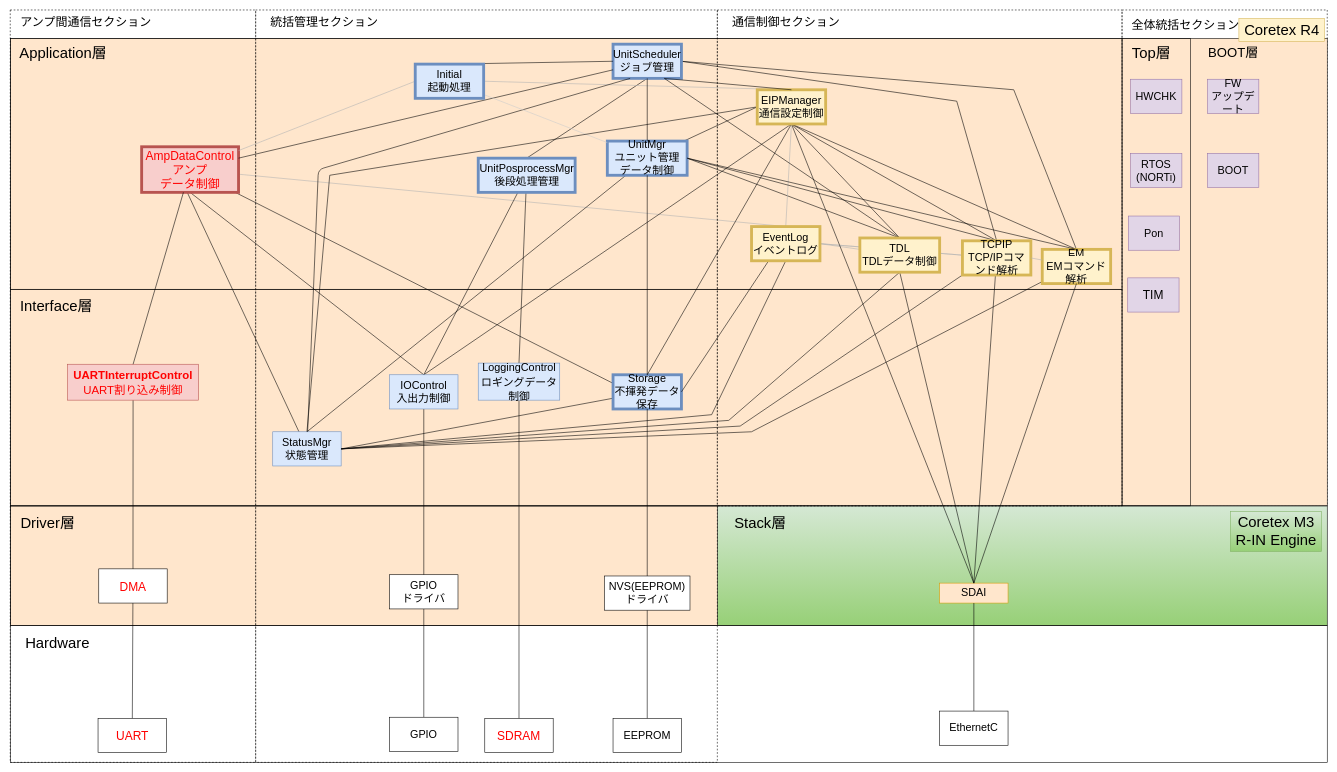
Earlier version of the draw.io diagram page "RevG_NewスマNWU静的構造_完全版" (1 of 4) of NWユニット_アーキテクチャ図.drawio (YutaSuzukiGARI/nwunit). Source tidied: cells renumbered, new cells numbered last; positions are measured from the earlier drawing's top-left corner, leaving out a move shared by most shapes. Both pictures are drawn from the tidied source at 57%, with x=0, y=0 at pixel (10, 10).
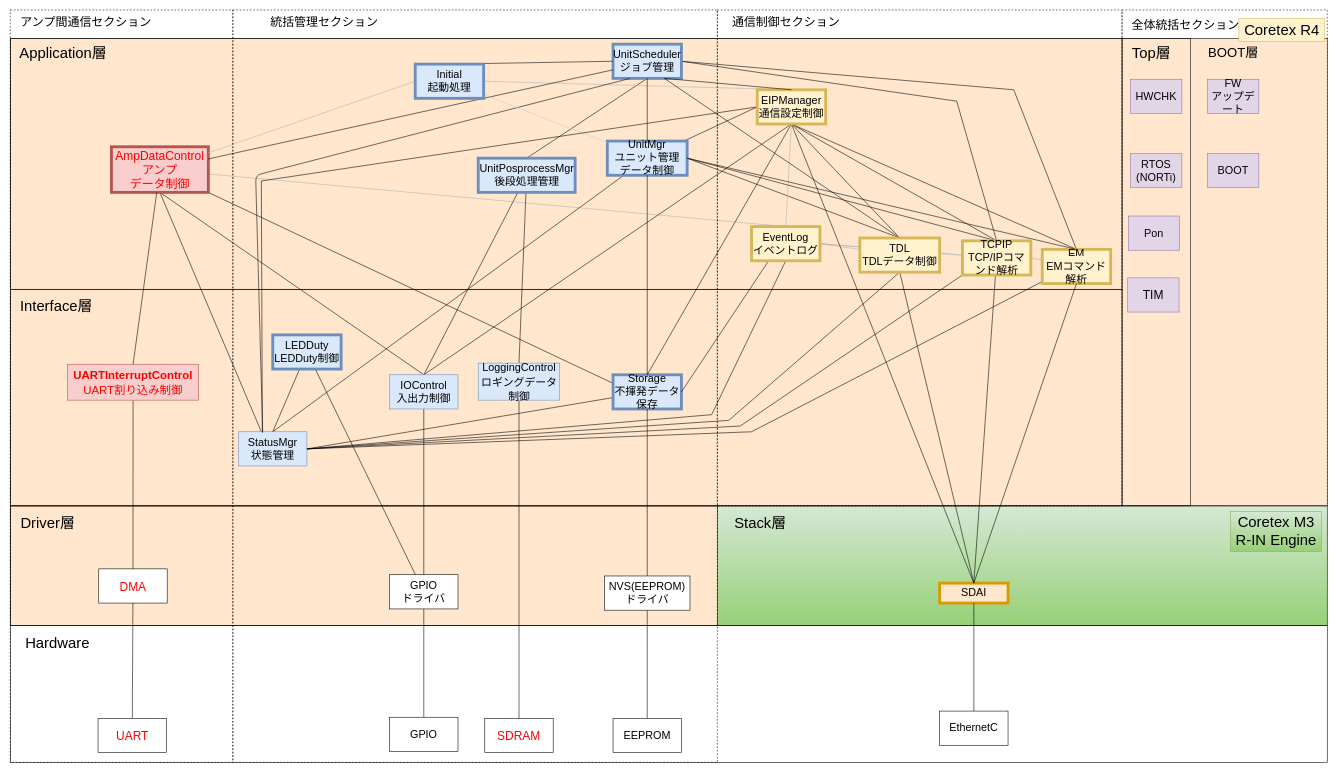
After the change.

Unchanged cells that the change refers to:
```xml
<mxCell id="33" value="UnitScheduler&lt;br style=&quot;font-size: 19px;&quot;&gt;ジョブ管理" style="rounded=0;whiteSpace=wrap;html=1;fillColor=#dae8fc;strokeColor=#6c8ebf;fontSize=19;strokeWidth=5;" parent="1" vertex="1">
  <mxGeometry x="1057" y="60" width="120" height="60" as="geometry" />
</mxCell>
<mxCell id="50" value="GPIO&lt;br style=&quot;font-size: 19px;&quot;&gt;ドライバ" style="rounded=0;whiteSpace=wrap;html=1;fontSize=19;fillColor=default;strokeColor=default;fontColor=default;labelBackgroundColor=default;" parent="1" vertex="1">
  <mxGeometry x="665" y="990.8" width="120" height="60" as="geometry" />
</mxCell>
<mxCell id="95" value="EIPManager&lt;br style=&quot;font-size: 19px;&quot;&gt;通信設定制御" style="rounded=0;whiteSpace=wrap;html=1;fillColor=#fff2cc;strokeColor=#d6b656;fontSize=19;strokeWidth=5;fontColor=default;" parent="1" vertex="1">
  <mxGeometry x="1310" y="140" width="120" height="60" as="geometry" />
</mxCell>
```

Diff of the diagram source:
```diff
@@
-    <mxCell id="14" style="rounded=0;jettySize=auto;html=1;endArrow=none;endFill=0;strokeColor=default;labelBackgroundColor=default;fontColor=default;" parent="1" edge="1" target="22">
+    <mxCell id="14" style="rounded=0;jettySize=auto;html=1;endArrow=none;endFill=0;strokeColor=default;labelBackgroundColor=default;fontColor=default;exitX=0.5;exitY=1;exitDx=0;exitDy=0;" parent="1" edge="1" source="16">
       <mxGeometry relative="1" as="geometry">
-        <mxPoint x="310" y="320" as="sourcePoint" />
+        <mxPoint x="440" y="740" as="targetPoint" />
       </mxGeometry>
     </mxCell>
@@
     <mxCell id="16" value="AmpDataControl&lt;br&gt;アンプ&lt;br&gt;データ制御" style="rounded=0;whiteSpace=wrap;html=1;fillColor=#f8cecc;strokeColor=#b85450;fontColor=#FF0000;fontSize=21;strokeWidth=5;" parent="1" vertex="1">
-      <mxGeometry x="230" y="240" width="170" height="80" as="geometry" />
+      <mxGeometry x="177" y="240" width="170" height="80" as="geometry" />
     </mxCell>
@@
     <mxCell id="22" value="StatusMgr&lt;br style=&quot;font-size: 19px&quot;&gt;状態管理" style="rounded=0;whiteSpace=wrap;html=1;fillColor=#dae8fc;strokeColor=#6c8ebf;fontSize=19;fontColor=default;" parent="1" vertex="1">
-      <mxGeometry x="460" y="740" width="120" height="60" as="geometry" />
+      <mxGeometry x="400" y="740" width="120" height="60" as="geometry" />
     </mxCell>
@@
-    <mxCell id="29" value="SDAI" style="rounded=0;whiteSpace=wrap;html=1;fillColor=#ffe6cc;strokeColor=#d79b00;fontSize=19;fontColor=default;" parent="1" vertex="1">
+    <mxCell id="29" value="SDAI" style="rounded=0;whiteSpace=wrap;html=1;fillColor=#ffe6cc;strokeColor=#d79b00;fontSize=19;fontColor=default;strokeWidth=5;" parent="1" vertex="1">
       <mxGeometry x="1630" y="1005.5" width="120" height="35" as="geometry" />
     </mxCell>
@@
-    <mxCell id="47" style="endArrow=none;html=1;endFill=0;fontSize=19;exitX=0.25;exitY=1;exitDx=0;exitDy=0;strokeColor=default;labelBackgroundColor=default;fontColor=default;" parent="1" edge="1" source="33" target="22">
+    <mxCell id="47" style="endArrow=none;html=1;endFill=0;fontSize=19;exitX=0.25;exitY=1;exitDx=0;exitDy=0;strokeColor=default;labelBackgroundColor=default;fontColor=default;entryX=0.353;entryY=0.022;entryDx=0;entryDy=0;entryPerimeter=0;" parent="1" edge="1" source="33" target="22">
       <mxGeometry relative="1" as="geometry">
         <Array as="points">
-          <mxPoint x="540" y="280" />
+          <mxPoint x="430" y="290" />
         </Array>
       </mxGeometry>
     </mxCell>
@@
-    <mxCell id="93" style="edgeStyle=none;rounded=0;jettySize=auto;html=1;entryX=0.5;entryY=0;entryDx=0;entryDy=0;labelBackgroundColor=default;fontSize=13;fontColor=default;endArrow=none;endFill=0;strokeColor=default;exitX=0;exitY=0.5;exitDx=0;exitDy=0;startArrow=none;startFill=0;" parent="1" edge="1" source="95" target="22">
+    <mxCell id="93" style="edgeStyle=none;rounded=0;jettySize=auto;html=1;entryX=0.348;entryY=0.017;entryDx=0;entryDy=0;labelBackgroundColor=default;fontSize=13;fontColor=default;endArrow=none;endFill=0;strokeColor=default;exitX=0;exitY=0.5;exitDx=0;exitDy=0;startArrow=none;startFill=0;entryPerimeter=0;" parent="1" edge="1" source="95" target="22">
       <mxGeometry relative="1" as="geometry">
         <Array as="points">
-          <mxPoint x="560" y="290" />
+          <mxPoint x="440" y="300" />
         </Array>
       </mxGeometry>
     </mxCell>
@@
     <mxCell id="107" style="rounded=0;whiteSpace=wrap;html=1;fillColor=none;dashed=1;strokeColor=default;fontColor=default;" parent="1" vertex="1">
-      <mxGeometry x="430" width="810" height="1320" as="geometry" />
+      <mxGeometry x="390" width="850" height="1320" as="geometry" />
     </mxCell>
     <mxCell id="108" style="rounded=0;whiteSpace=wrap;html=1;fillColor=none;dashed=1;strokeColor=default;fontColor=default;" parent="1" vertex="1">
-      <mxGeometry x="-0.5" width="430.5" height="1320" as="geometry" />
+      <mxGeometry x="-0.5" width="390.5" height="1320" as="geometry" />
     </mxCell>
@@
+    <mxCell id="113" style="rounded=0;jettySize=auto;html=1;entryX=0.5;entryY=0;entryDx=0;entryDy=0;endArrow=none;endFill=0;" parent="1" edge="1" source="115" target="22">
+      <mxGeometry relative="1" as="geometry" />
+    </mxCell>
+    <mxCell id="114" style="edgeStyle=none;rounded=0;jettySize=auto;html=1;endArrow=none;endFill=0;" parent="1" edge="1" source="115" target="50">
+      <mxGeometry relative="1" as="geometry" />
+    </mxCell>
+    <mxCell id="115" value="LEDDuty&lt;br&gt;LEDDuty制御" style="rounded=0;whiteSpace=wrap;html=1;fillColor=#dae8fc;strokeColor=#6c8ebf;fontSize=19;fontColor=default;strokeWidth=5;" parent="1" vertex="1">
+      <mxGeometry x="460" y="570" width="120" height="60" as="geometry" />
+    </mxCell>
```
